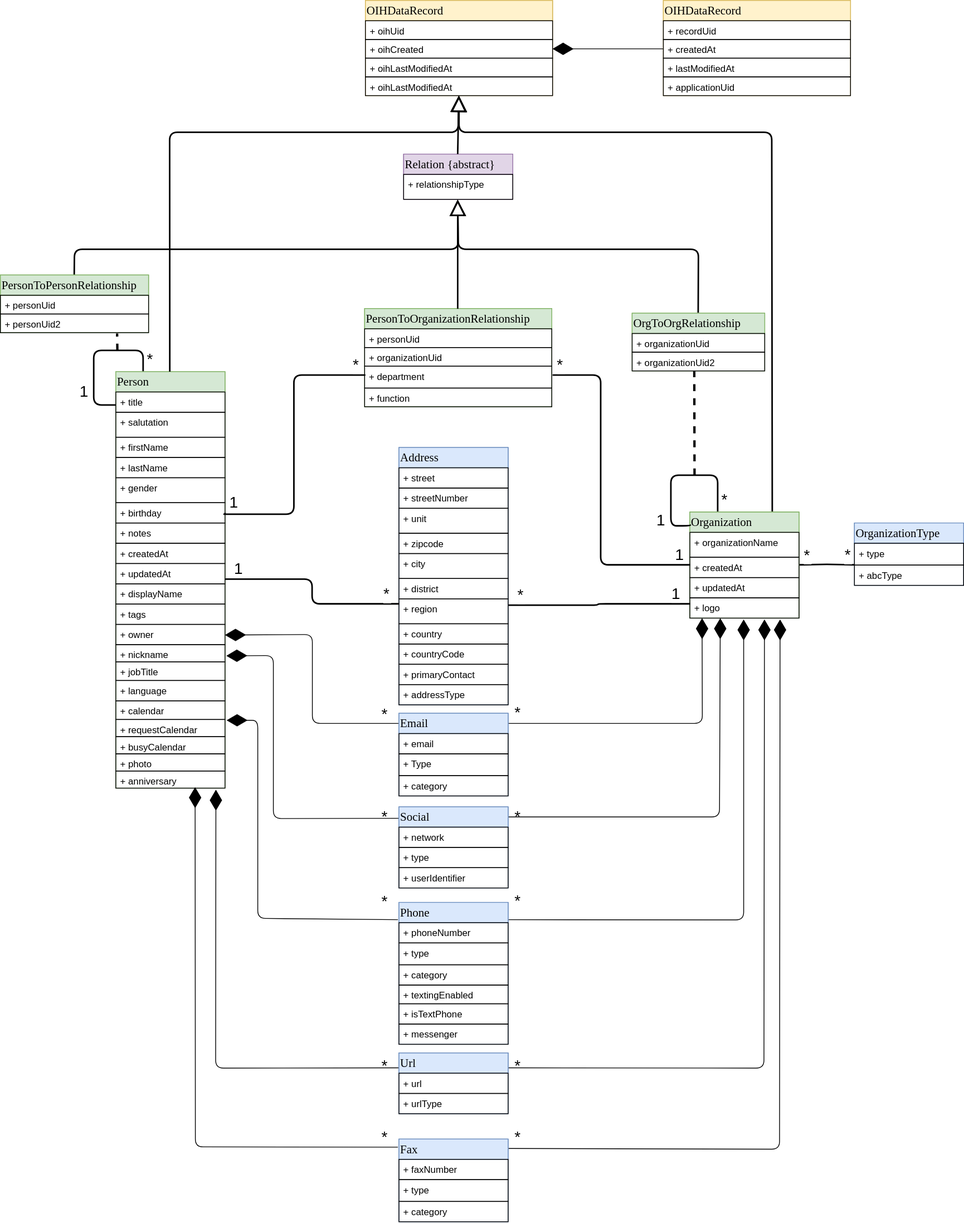
openintegrationhub/Data-and-Domain-Models keeps this draw.io diagram as MasterDataModels/Assets/OIHMasterDataModelAddresses_V2.svg. Above is the earlier version. Source tidied: cells renumbered, new cells last; positions are measured from the earlier drawing's top-left corner, leaving out a move shared by most shapes.
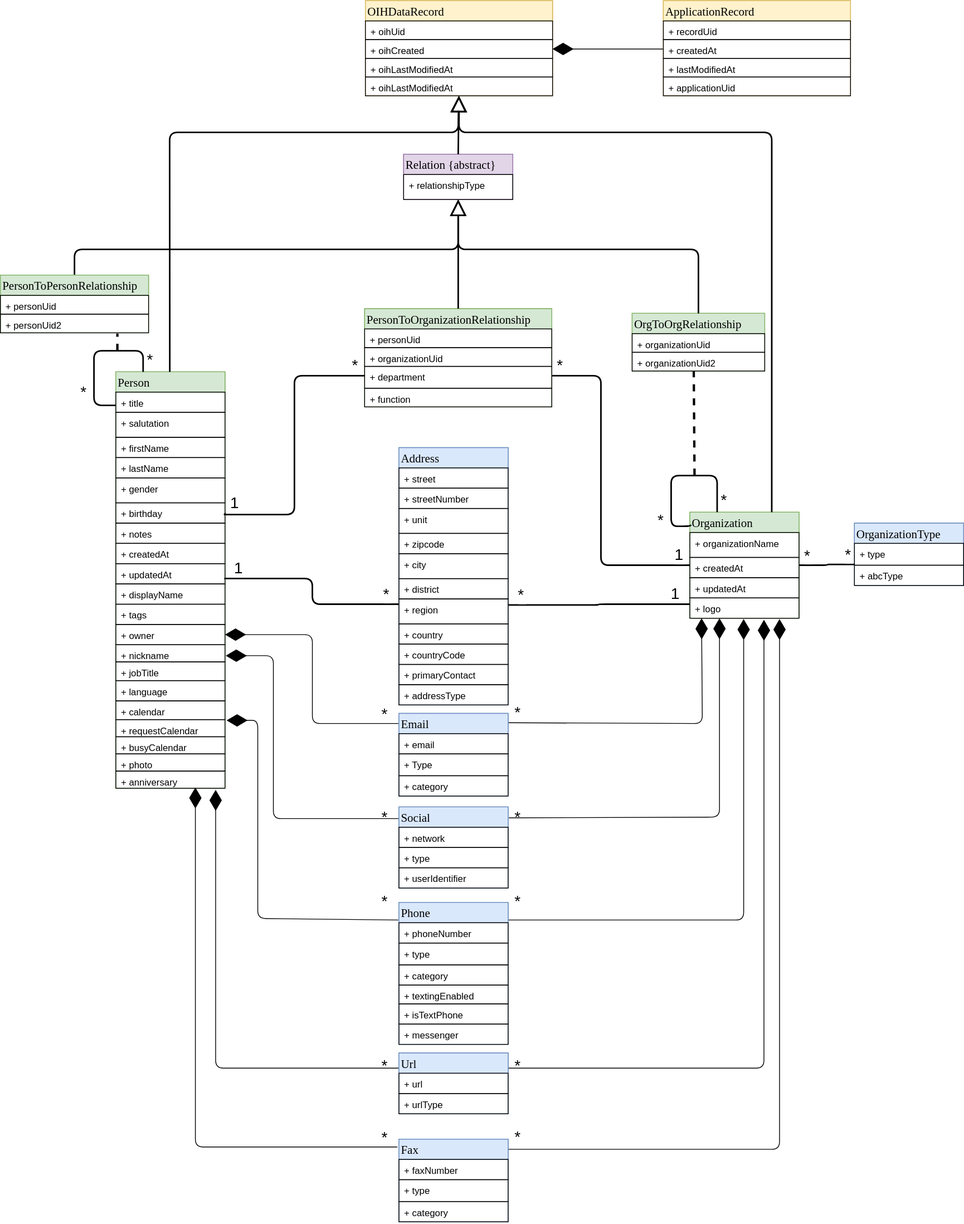
After the commit.

Change to the diagram source:
```diff
@@ -125,7 +125,7 @@
         </Array>
       </mxGeometry>
     </mxCell>
-    <mxCell id="41" value="1" style="align=left;verticalAlign=bottom;labelBackgroundColor=#ffffff;fontSize=20;" parent="40" vertex="1">
+    <mxCell id="41" value="*" style="align=left;verticalAlign=bottom;labelBackgroundColor=#ffffff;fontSize=20;" parent="40" vertex="1">
       <mxGeometry x="-1" relative="1" as="geometry">
         <mxPoint x="-48" y="-4" as="offset" />
       </mxGeometry>
@@ -264,7 +264,7 @@
     <mxCell id="71" style="endArrow=diamondThin;endFill=1;endSize=24;html=1;shadow=0;strokeColor=#000000;strokeWidth=1;fontFamily=Tahoma;fontSize=25;fontColor=#000000;entryX=1;entryY=0.5;exitX=0;exitY=0.5;" parent="1" edge="1" source="74" target="68">
       <mxGeometry relative="1" as="geometry" />
     </mxCell>
-    <mxCell id="72" value="OIHDataRecord" style="swimlane;fontStyle=0;horizontal=1;startSize=26;fillColor=#fff2cc;swimlaneFillColor=#ffffff;rounded=0;shadow=0;glass=0;labelBackgroundColor=none;strokeColor=#d6b656;strokeWidth=1;fontFamily=Tahoma;fontSize=15;fontColor=none;align=left;html=0;" parent="1" vertex="1">
+    <mxCell id="72" value="ApplicationRecord" style="swimlane;fontStyle=0;horizontal=1;startSize=26;fillColor=#fff2cc;swimlaneFillColor=#ffffff;rounded=0;shadow=0;glass=0;labelBackgroundColor=none;strokeColor=#d6b656;strokeWidth=1;fontFamily=Tahoma;fontSize=15;fontColor=none;align=left;html=0;" parent="1" vertex="1">
       <mxGeometry x="850" width="240" height="122" as="geometry" />
     </mxCell>
     <mxCell id="73" value="+ recordUid&#10;" style="text;strokeColor=#000000;fillColor=none;align=left;verticalAlign=top;spacingLeft=4;spacingRight=4;overflow=hidden;" parent="72" vertex="1">
@@ -527,7 +527,7 @@
         </Array>
       </mxGeometry>
     </mxCell>
-    <mxCell id="135" value="1" style="align=left;verticalAlign=bottom;labelBackgroundColor=#ffffff;fontSize=20;" parent="134" vertex="1">
+    <mxCell id="135" value="*" style="align=left;verticalAlign=bottom;labelBackgroundColor=#ffffff;fontSize=20;" parent="134" vertex="1">
       <mxGeometry x="-1" relative="1" as="geometry">
         <mxPoint x="-45" y="7.5" as="offset" />
       </mxGeometry>
```
